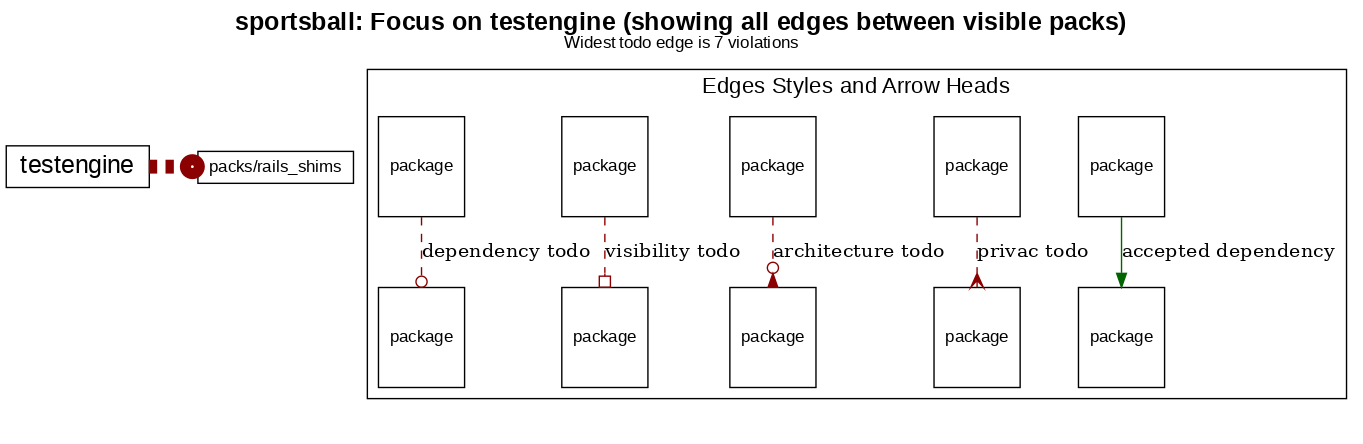
Earlier version of the Graphviz export c3s01/sportsball/diagrams/testengine.png (shageman/package-based-rails-applications-book). Its source is kept beside it as c3s01/sportsball/diagrams/testengine.dot.
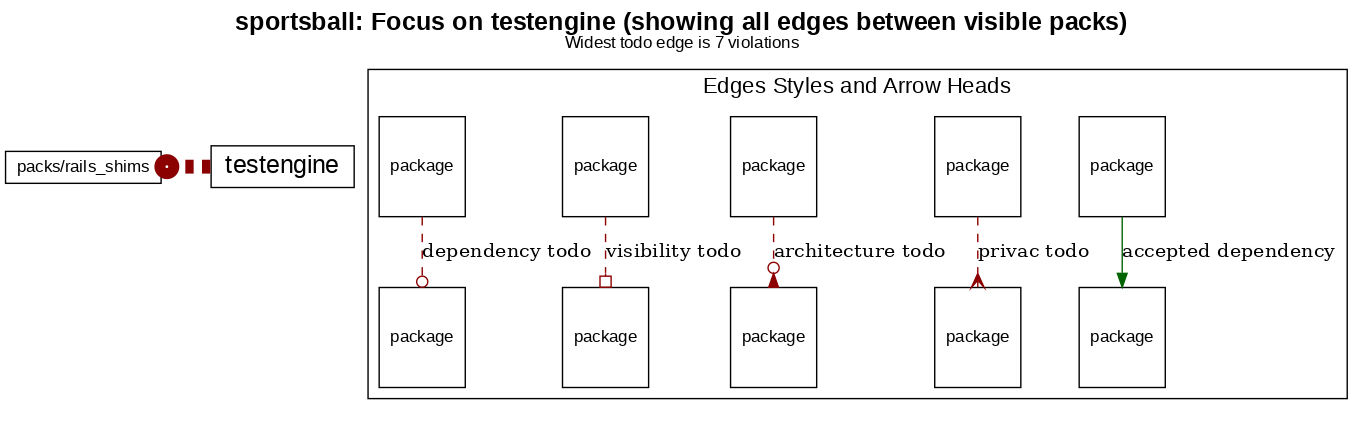
After the change.

What changed in the source:
```diff
@@ -24,20 +24,20 @@
       fillcolor=lightblue
       style=filled
         cluster=false
+        "packs/rails_shims" [
+            fontsize=12.0
+            label= <
+                <table border='0' cellborder='1' cellspacing='0' cellpadding='4'>
+                  <tr> <td align='left'> packs/rails_shims </td> </tr>
+                </table>
+              >
+          ]
+
         "testengine" [
             fontsize=18.0
             label= <
                 <table border='0' cellborder='1' cellspacing='0' cellpadding='4'>
                   <tr> <td align='left'> testengine </td> </tr>
-                </table>
-              >
-          ]
-
-        "packs/rails_shims" [
-            fontsize=12.0
-            label= <
-                <table border='0' cellborder='1' cellspacing='0' cellpadding='4'>
-                  <tr> <td align='left'> packs/rails_shims </td> </tr>
                 </table>
               >
           ]
```
